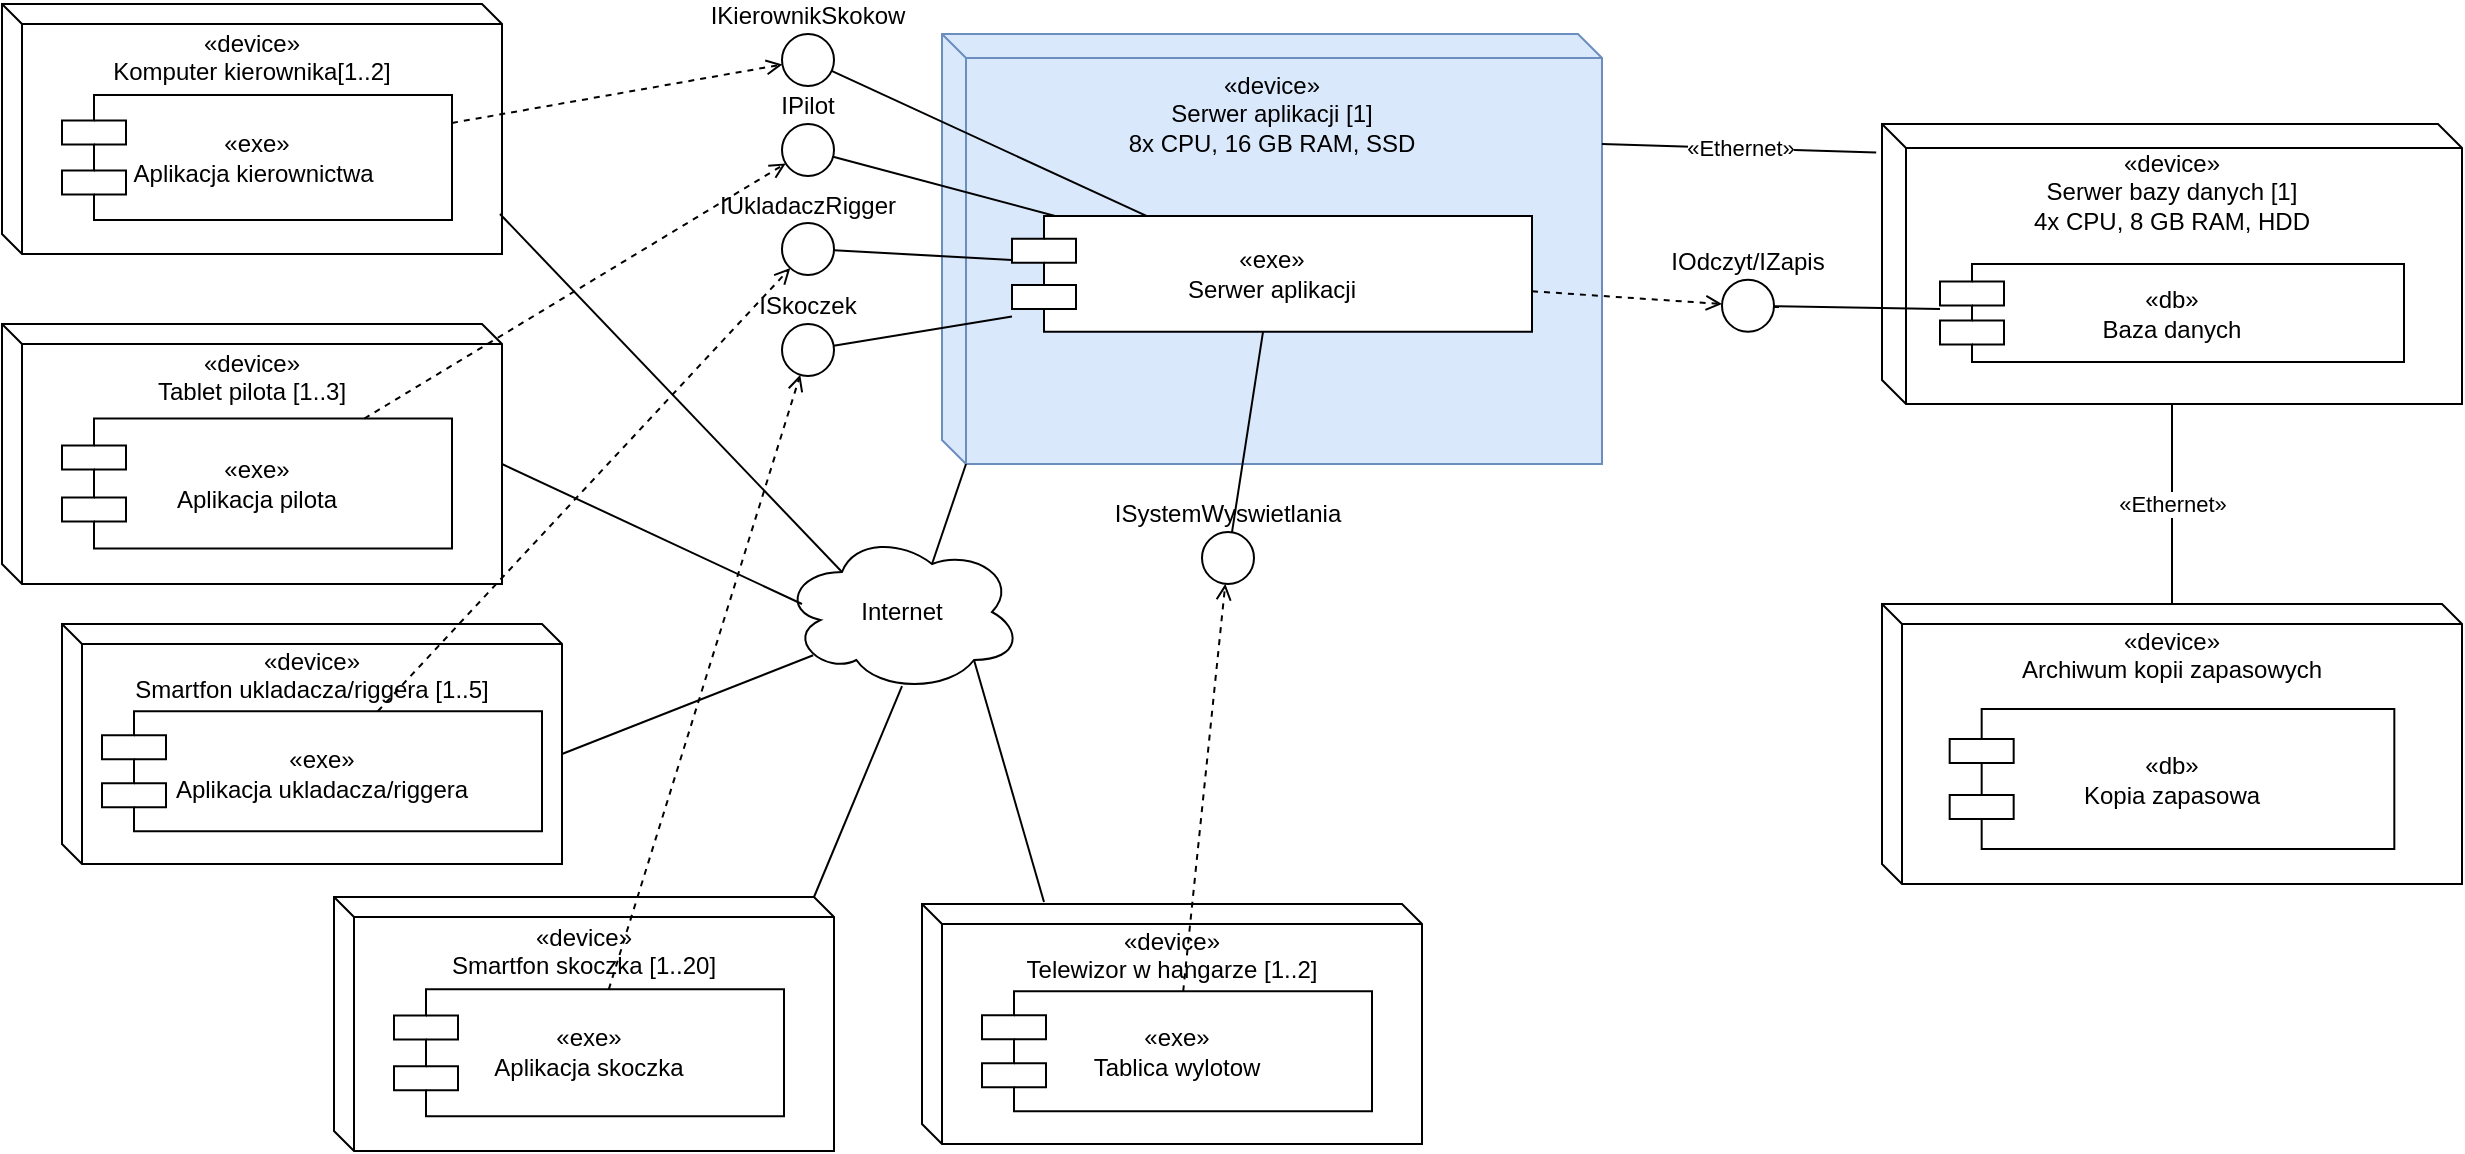
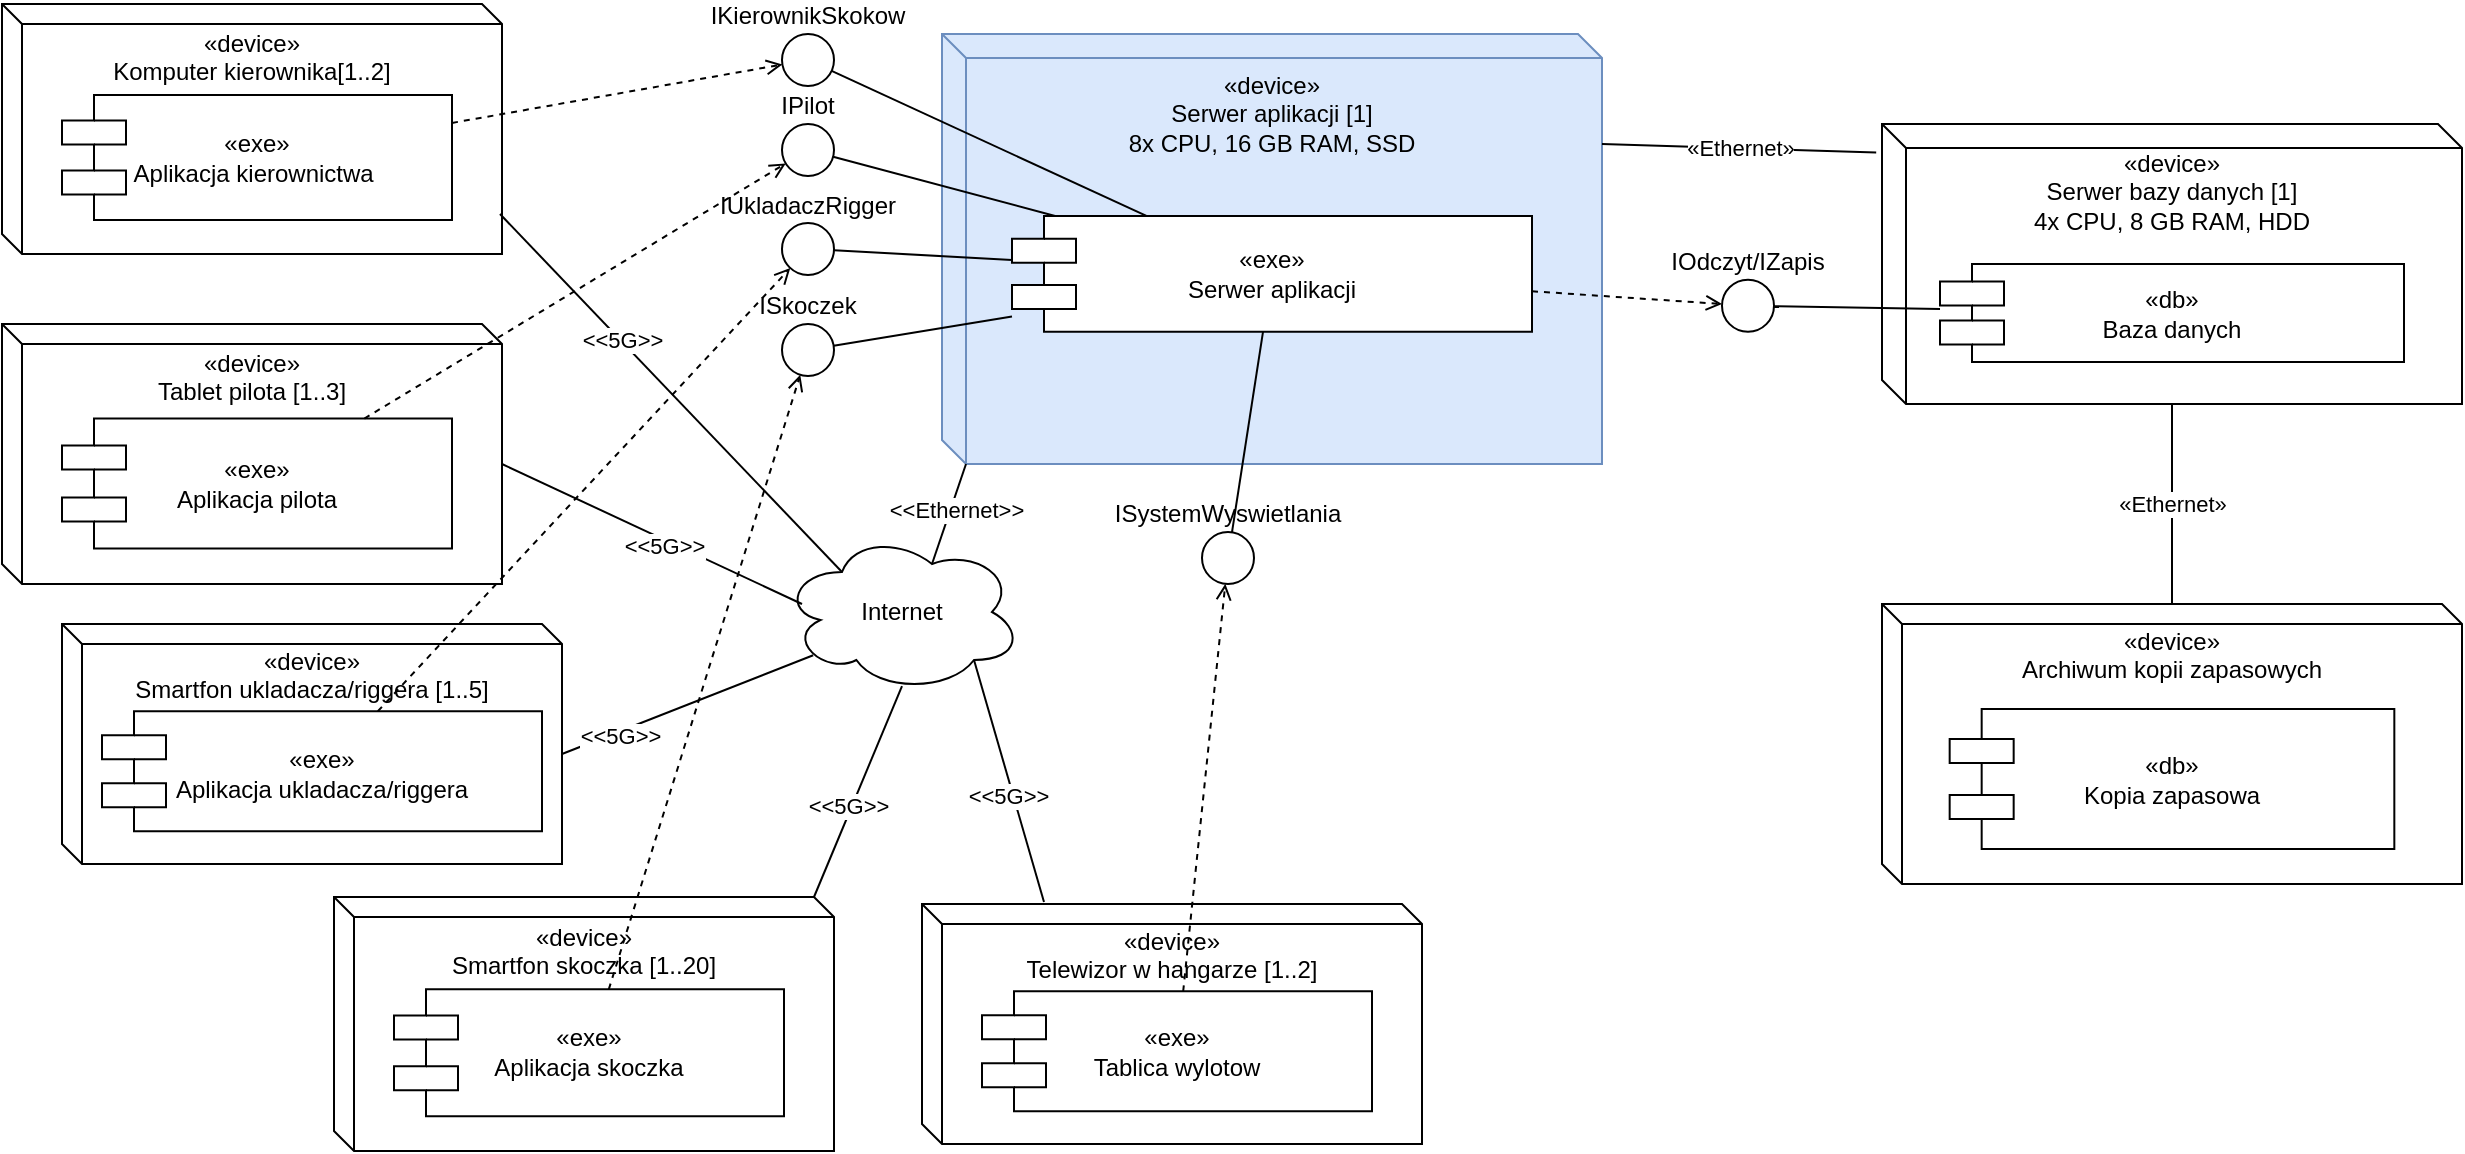
<mxfile host="app.diagrams.net">
  <diagram name="Diagram Wdrozenia: SkySchool" id="WdrozenieSkySchool">
    <mxGraphModel dx="1372" dy="763" grid="1" gridSize="10" guides="1" tooltips="1" connect="1" arrows="1" fold="1" page="1" pageScale="1" pageWidth="1500" pageHeight="850" math="0" shadow="0">
      <root>
        <mxCell id="0" />
        <mxCell id="1" parent="0" />
        <mxCell id="n_pc" parent="1" style="shape=cube;whiteSpace=wrap;html=1;size=10;verticalAlign=top;align=center;container=1;collapsible=0;spacingTop=6;" value="«device»&lt;br&gt;Komputer kierownika[1..2]" vertex="1">
          <mxGeometry height="125" width="250" x="50" y="10" as="geometry" />
        </mxCell>
        <mxCell id="c_manifest" parent="n_pc" style="shape=component;html=1;whiteSpace=wrap;align=center;verticalAlign=middle;" value="«exe»&lt;br&gt;Aplikacja kierownictwa&amp;nbsp;" vertex="1">
          <mxGeometry height="62.50000000000001" width="195" x="30" y="45.45454545454546" as="geometry" />
        </mxCell>
        <mxCell id="n_tablet" parent="1" style="shape=cube;whiteSpace=wrap;html=1;size=10;verticalAlign=top;align=center;container=1;collapsible=0;spacingTop=6;" value="«device»&lt;br&gt;Tablet pilota [1..3]" vertex="1">
          <mxGeometry height="130" width="250" x="50" y="170" as="geometry" />
        </mxCell>
        <mxCell id="c_pilot" parent="n_tablet" style="shape=component;html=1;whiteSpace=wrap;align=center;verticalAlign=middle;" value="«exe»&#xa;Aplikacja pilota" vertex="1">
          <mxGeometry height="65" width="195" x="30" y="47.27272727272727" as="geometry" />
        </mxCell>
        <mxCell id="n_phone" parent="1" style="shape=cube;whiteSpace=wrap;html=1;size=10;verticalAlign=top;align=center;container=1;collapsible=0;spacingTop=5;" value="«device»&lt;br&gt;Smartfon ukladacza/riggera [1..5]" vertex="1">
          <mxGeometry height="120" width="250" x="80" y="320" as="geometry" />
        </mxCell>
        <mxCell id="c_packer" parent="n_phone" style="shape=component;html=1;whiteSpace=wrap;align=center;verticalAlign=middle;spacingTop=2;" value="«exe»&lt;br&gt;Aplikacja ukladacza/riggera" vertex="1">
          <mxGeometry height="60" width="220" x="20" y="43.64" as="geometry" />
        </mxCell>
        <mxCell id="n_kiosk" parent="1" style="shape=cube;whiteSpace=wrap;html=1;size=10;verticalAlign=top;align=center;container=1;collapsible=0;spacingTop=6;" value="&lt;div&gt;&lt;span style=&quot;background-color: transparent; color: light-dark(rgb(0, 0, 0), rgb(255, 255, 255));&quot;&gt;«device»&lt;/span&gt;&lt;/div&gt;Smartfon skoczka [1..20]" vertex="1">
          <mxGeometry height="127" width="250" x="216" y="456.5" as="geometry" />
        </mxCell>
        <mxCell id="c_kiosk" parent="n_kiosk" style="shape=component;html=1;whiteSpace=wrap;align=center;verticalAlign=middle;" value="«exe»&#xa;Aplikacja skoczka" vertex="1">
          <mxGeometry height="63.5" width="195" x="30" y="46.18181818181817" as="geometry" />
        </mxCell>
        <mxCell id="n_tv" parent="1" style="shape=cube;whiteSpace=wrap;html=1;size=10;verticalAlign=top;align=center;container=1;collapsible=0;spacingTop=5;" value="«device»&#xa;Telewizor w hangarze [1..2]" vertex="1">
          <mxGeometry height="120" width="250" x="510" y="460" as="geometry" />
        </mxCell>
        <mxCell id="c_display" parent="n_tv" style="shape=component;html=1;whiteSpace=wrap;align=center;verticalAlign=middle;" value="«exe»&#xa;Tablica wylotow" vertex="1">
          <mxGeometry height="59.99999999999999" width="195" x="30" y="43.63636363636363" as="geometry" />
        </mxCell>
        <mxCell id="i_ks" parent="1" style="ellipse;whiteSpace=wrap;html=1;verticalLabelPosition=top;verticalAlign=bottom;" value="IKierownikSkokow" vertex="1">
          <mxGeometry height="26" width="26" x="440" y="25" as="geometry" />
        </mxCell>
        <mxCell id="i_pil" parent="1" style="ellipse;whiteSpace=wrap;html=1;verticalLabelPosition=top;verticalAlign=bottom;" value="IPilot" vertex="1">
          <mxGeometry height="26" width="26" x="440" y="70" as="geometry" />
        </mxCell>
        <mxCell id="i_ur" parent="1" style="ellipse;whiteSpace=wrap;html=1;verticalLabelPosition=top;verticalAlign=bottom;" value="IUkladaczRigger" vertex="1">
          <mxGeometry height="26" width="26" x="440" y="119.5" as="geometry" />
        </mxCell>
        <mxCell id="i_sk" parent="1" style="ellipse;whiteSpace=wrap;html=1;verticalLabelPosition=top;verticalAlign=bottom;" value="ISkoczek" vertex="1">
          <mxGeometry height="26" width="26" x="440" y="170" as="geometry" />
        </mxCell>
        <mxCell id="i_sw" parent="1" style="ellipse;whiteSpace=wrap;html=1;verticalLabelPosition=top;verticalAlign=bottom;" value="ISystemWyswietlania" vertex="1">
          <mxGeometry height="26" width="26" x="650" y="274" as="geometry" />
        </mxCell>
        <mxCell id="n_app" parent="1" style="shape=cube;whiteSpace=wrap;html=1;size=12;verticalAlign=top;align=center;container=1;collapsible=0;fillColor=#dae8fc;strokeColor=#6c8ebf;spacingTop=12;" value="«device»&#xa;Serwer aplikacji [1]&#xa;8x CPU, 16 GB RAM, SSD" vertex="1">
          <mxGeometry height="215" width="330" x="520" y="25" as="geometry" />
        </mxCell>
        <mxCell id="c_app" parent="n_app" style="shape=component;html=1;whiteSpace=wrap;align=center;verticalAlign=middle;fillColor=#ffffff;" value="«exe»&#xa;Serwer aplikacji" vertex="1">
          <mxGeometry height="57.88461538461538" width="260" x="35" y="90.96153846153845" as="geometry" />
        </mxCell>
        <mxCell id="i_db" parent="1" style="ellipse;whiteSpace=wrap;html=1;verticalLabelPosition=top;verticalAlign=bottom;" value="IOdczyt/IZapis" vertex="1">
          <mxGeometry height="26" width="26" x="910" y="147.85" as="geometry" />
        </mxCell>
        <mxCell id="n_db" parent="1" style="shape=cube;whiteSpace=wrap;html=1;size=12;verticalAlign=top;align=center;container=1;collapsible=0;spacingTop=6;" value="«device»&#xa;Serwer bazy danych [1]&#xa;4x CPU, 8 GB RAM, HDD" vertex="1">
          <mxGeometry height="140" width="290" x="990" y="70" as="geometry" />
        </mxCell>
        <mxCell id="c_db" parent="n_db" style="shape=component;html=1;whiteSpace=wrap;align=center;verticalAlign=middle;fillColor=#ffffff;" value="«db»&lt;br&gt;Baza danych" vertex="1">
          <mxGeometry height="49" width="232" x="29" y="70" as="geometry" />
        </mxCell>
        <mxCell id="n_backup" parent="1" style="shape=cube;whiteSpace=wrap;html=1;size=10;verticalAlign=top;align=center;container=1;collapsible=0;spacingTop=5;" value="«device»&lt;br&gt;Archiwum kopii zapasowych" vertex="1">
          <mxGeometry height="140" width="290" x="990" y="310" as="geometry" />
        </mxCell>
        <mxCell id="c_bkp" parent="n_backup" style="shape=component;html=1;whiteSpace=wrap;align=center;verticalAlign=middle;" value="«db»&#xa;Kopia zapasowa" vertex="1">
          <mxGeometry height="70" width="222.33333333333334" x="33.833333333333336" y="52.5" as="geometry" />
        </mxCell>
        <mxCell id="p_ks" edge="1" parent="1" source="c_app" style="endArrow=none;html=1;rounded=0;" target="i_ks">
          <mxGeometry relative="1" as="geometry" />
        </mxCell>
        <mxCell id="p_pil" edge="1" parent="1" source="c_app" style="endArrow=none;html=1;rounded=0;" target="i_pil">
          <mxGeometry relative="1" as="geometry" />
        </mxCell>
        <mxCell id="p_ur" edge="1" parent="1" source="c_app" style="endArrow=none;html=1;rounded=0;" target="i_ur">
          <mxGeometry relative="1" as="geometry" />
        </mxCell>
        <mxCell id="p_sk" edge="1" parent="1" source="c_app" style="endArrow=none;html=1;rounded=0;" target="i_sk">
          <mxGeometry relative="1" as="geometry" />
        </mxCell>
        <mxCell id="p_sw" edge="1" parent="1" source="c_app" style="endArrow=none;html=1;rounded=0;" target="i_sw">
          <mxGeometry relative="1" as="geometry" />
        </mxCell>
        <mxCell id="r_pc" edge="1" parent="1" source="c_manifest" style="endArrow=open;endFill=0;dashed=1;html=1;rounded=0;" target="i_ks" value="">
          <mxGeometry relative="1" as="geometry" />
        </mxCell>
        <mxCell id="r_tablet" edge="1" parent="1" source="c_pilot" style="endArrow=open;endFill=0;dashed=1;html=1;rounded=0;" target="i_pil" value="">
          <mxGeometry relative="1" x="0.0055" as="geometry">
            <mxPoint as="offset" />
          </mxGeometry>
        </mxCell>
        <mxCell id="r_phone" edge="1" parent="1" source="c_packer" style="endArrow=open;endFill=0;dashed=1;html=1;rounded=0;" target="i_ur" value="">
          <mxGeometry relative="1" x="0.1258" y="7" as="geometry">
            <mxPoint as="offset" />
          </mxGeometry>
        </mxCell>
        <mxCell id="r_kiosk" edge="1" parent="1" source="c_kiosk" style="endArrow=open;endFill=0;dashed=1;html=1;rounded=0;" target="i_sk" value="">
          <mxGeometry relative="1" as="geometry" />
        </mxCell>
        <mxCell id="r_tv" edge="1" parent="1" source="c_display" style="endArrow=open;endFill=0;dashed=1;html=1;rounded=0;" target="i_sw" value="">
          <mxGeometry relative="1" as="geometry" />
        </mxCell>
        <mxCell id="pd_db" edge="1" parent="1" source="c_db" style="endArrow=none;html=1;rounded=0;" target="i_db">
          <mxGeometry relative="1" as="geometry" />
        </mxCell>
        <mxCell id="rd_db" edge="1" parent="1" source="c_app" style="endArrow=open;endFill=0;dashed=1;html=1;rounded=0;" target="i_db" value="">
          <mxGeometry relative="1" as="geometry" />
        </mxCell>
        <mxCell id="e_backup" edge="1" parent="1" source="n_db" style="endArrow=none;endFill=0;html=1;rounded=0;" target="n_backup" value="«Ethernet»">
          <mxGeometry relative="1" as="geometry">
            <mxPoint as="offset" />
          </mxGeometry>
        </mxCell>
        <mxCell id="3t8-i_9W50pND9O8Vr5P-31" edge="1" parent="1" source="n_db" style="endArrow=none;endFill=0;html=1;rounded=0;exitX=-0.01;exitY=0.102;exitDx=0;exitDy=0;exitPerimeter=0;entryX=1;entryY=0.256;entryDx=0;entryDy=0;entryPerimeter=0;" target="n_app" value="«Ethernet»">
          <mxGeometry relative="1" as="geometry">
            <mxPoint as="offset" />
            <mxPoint x="960" y="180" as="sourcePoint" />
            <mxPoint x="960" y="270" as="targetPoint" />
          </mxGeometry>
        </mxCell>
        <mxCell id="3t8-i_9W50pND9O8Vr5P-32" parent="1" style="ellipse;shape=cloud;whiteSpace=wrap;html=1;" value="Internet" vertex="1">
          <mxGeometry height="80" width="120" x="440" y="274" as="geometry" />
        </mxCell>
        <mxCell id="3t8-i_9W50pND9O8Vr5P-33" edge="1" parent="1" source="3t8-i_9W50pND9O8Vr5P-32" style="rounded=0;orthogonalLoop=1;jettySize=auto;html=1;entryX=0.996;entryY=0.84;entryDx=0;entryDy=0;entryPerimeter=0;exitX=0.25;exitY=0.25;exitDx=0;exitDy=0;exitPerimeter=0;endArrow=none;endFill=0;" target="n_pc">
          <mxGeometry relative="1" as="geometry">
            <mxPoint x="460" y="270" as="sourcePoint" />
          </mxGeometry>
        </mxCell>
+         <mxCell id="1lqCI1bS38X6fOU1FstU-1" connectable="0" parent="3t8-i_9W50pND9O8Vr5P-33" style="edgeLabel;html=1;align=center;verticalAlign=middle;resizable=0;points=[];" value="&amp;lt;&amp;lt;5G&amp;gt;&amp;gt;" vertex="1">
+           <mxGeometry relative="1" x="0.2915" y="-1" as="geometry">
+             <mxPoint as="offset" />
+           </mxGeometry>
+         </mxCell>
        <mxCell id="3t8-i_9W50pND9O8Vr5P-34" edge="1" parent="1" style="rounded=0;orthogonalLoop=1;jettySize=auto;html=1;entryX=0;entryY=0;entryDx=250;entryDy=70;entryPerimeter=0;endArrow=none;endFill=0;" target="n_tablet">
          <mxGeometry relative="1" as="geometry">
            <mxPoint x="450" y="310" as="sourcePoint" />
            <mxPoint x="390" y="290" as="targetPoint" />
          </mxGeometry>
        </mxCell>
+         <mxCell id="1lqCI1bS38X6fOU1FstU-2" connectable="0" parent="3t8-i_9W50pND9O8Vr5P-34" style="edgeLabel;html=1;align=center;verticalAlign=middle;resizable=0;points=[];" value="&amp;lt;&amp;lt;5G&amp;gt;&amp;gt;" vertex="1">
+           <mxGeometry relative="1" x="-0.0854" y="3" as="geometry">
+             <mxPoint as="offset" />
+           </mxGeometry>
+         </mxCell>
        <mxCell id="3t8-i_9W50pND9O8Vr5P-36" edge="1" parent="1" source="n_phone" style="rounded=0;orthogonalLoop=1;jettySize=auto;html=1;exitX=0;exitY=0;exitDx=250;exitDy=65;exitPerimeter=0;entryX=0.13;entryY=0.77;entryDx=0;entryDy=0;entryPerimeter=0;endArrow=none;endFill=0;" target="3t8-i_9W50pND9O8Vr5P-32">
          <mxGeometry relative="1" as="geometry" />
+         </mxCell>
+         <mxCell id="1lqCI1bS38X6fOU1FstU-3" connectable="0" parent="3t8-i_9W50pND9O8Vr5P-36" style="edgeLabel;html=1;align=center;verticalAlign=middle;resizable=0;points=[];" value="&amp;lt;&amp;lt;5G&amp;gt;&amp;gt;" vertex="1">
+           <mxGeometry relative="1" x="-0.5513" y="-2" as="geometry">
+             <mxPoint as="offset" />
+           </mxGeometry>
        </mxCell>
        <mxCell id="3t8-i_9W50pND9O8Vr5P-37" edge="1" parent="1" source="n_kiosk" style="rounded=0;orthogonalLoop=1;jettySize=auto;html=1;exitX=0;exitY=0;exitDx=240;exitDy=0;exitPerimeter=0;entryX=0.5;entryY=0.963;entryDx=0;entryDy=0;entryPerimeter=0;endArrow=none;endFill=0;" target="3t8-i_9W50pND9O8Vr5P-32">
          <mxGeometry relative="1" as="geometry" />
        </mxCell>
+         <mxCell id="1lqCI1bS38X6fOU1FstU-4" connectable="0" parent="3t8-i_9W50pND9O8Vr5P-37" style="edgeLabel;html=1;align=center;verticalAlign=middle;resizable=0;points=[];" value="&amp;lt;&amp;lt;5G&amp;gt;&amp;gt;" vertex="1">
+           <mxGeometry relative="1" x="-0.1505" y="2" as="geometry">
+             <mxPoint as="offset" />
+           </mxGeometry>
+         </mxCell>
        <mxCell id="3t8-i_9W50pND9O8Vr5P-38" edge="1" parent="1" source="3t8-i_9W50pND9O8Vr5P-32" style="rounded=0;orthogonalLoop=1;jettySize=auto;html=1;exitX=0.8;exitY=0.8;exitDx=0;exitDy=0;exitPerimeter=0;entryX=0.244;entryY=-0.008;entryDx=0;entryDy=0;entryPerimeter=0;endArrow=none;endFill=0;" target="n_tv">
          <mxGeometry relative="1" as="geometry" />
        </mxCell>
+         <mxCell id="1lqCI1bS38X6fOU1FstU-5" connectable="0" parent="3t8-i_9W50pND9O8Vr5P-38" style="edgeLabel;html=1;align=center;verticalAlign=middle;resizable=0;points=[];" value="&amp;lt;&amp;lt;5G&amp;gt;&amp;gt;" vertex="1">
+           <mxGeometry relative="1" x="0.1119" y="-3" as="geometry">
+             <mxPoint as="offset" />
+           </mxGeometry>
+         </mxCell>
        <mxCell id="3t8-i_9W50pND9O8Vr5P-39" edge="1" parent="1" source="n_app" style="rounded=0;orthogonalLoop=1;jettySize=auto;html=1;exitX=0;exitY=0;exitDx=12;exitDy=215;exitPerimeter=0;entryX=0.625;entryY=0.2;entryDx=0;entryDy=0;entryPerimeter=0;endArrow=none;endFill=0;" target="3t8-i_9W50pND9O8Vr5P-32">
          <mxGeometry relative="1" as="geometry" />
+         </mxCell>
+         <mxCell id="1lqCI1bS38X6fOU1FstU-6" connectable="0" parent="3t8-i_9W50pND9O8Vr5P-39" style="edgeLabel;html=1;align=center;verticalAlign=middle;resizable=0;points=[];" value="&amp;lt;&amp;lt;Ethernet&amp;gt;&amp;gt;" vertex="1">
+           <mxGeometry relative="1" x="-0.1022" y="2" as="geometry">
+             <mxPoint as="offset" />
+           </mxGeometry>
        </mxCell>
      </root>
    </mxGraphModel>
  </diagram>
</mxfile>
